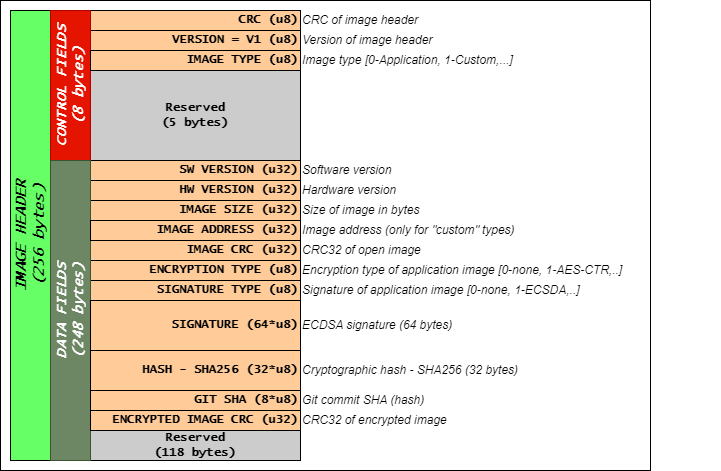
The draw.io diagram doc/pic/Application_Header_Structure__NEW_V1.png in GeneralEmbeddedCLibraries/revision, before a commit. Source tidied: cells renumbered, new cells last; positions are measured from the earlier drawing's top-left corner, leaving out a move shared by most shapes.
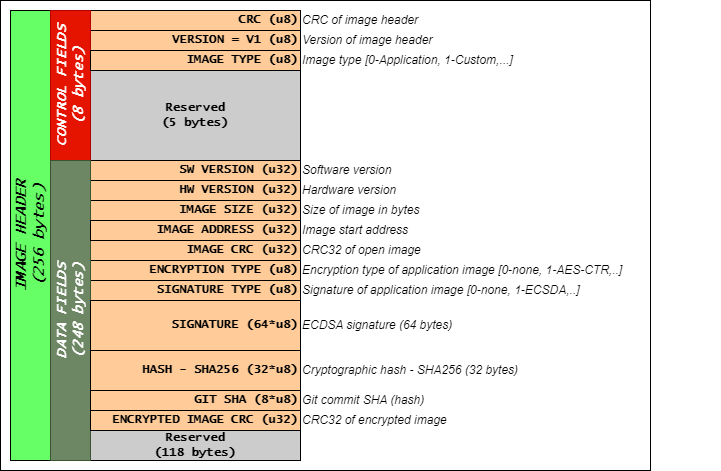
The same diagram one commit later.

Commit message:
- updated definition of header image

Change to the diagram source:
```diff
@@ -95,7 +95,7 @@
     <mxCell id="32" value="IMAGE ADDRESS (u32)" style="rounded=0;whiteSpace=wrap;html=1;strokeWidth=1;fontFamily=Lucida Console;fillColor=#FFCC99;fontStyle=1;align=right;" parent="1" vertex="1">
       <mxGeometry x="90" y="220" width="210" height="20" as="geometry" />
     </mxCell>
-    <mxCell id="33" value="Image address (only for &quot;custom&quot; types)" style="text;html=1;strokeColor=none;fillColor=none;align=left;verticalAlign=middle;whiteSpace=wrap;rounded=0;fontStyle=2;" parent="1" vertex="1">
+    <mxCell id="33" value="Image start address&amp;nbsp;" style="text;html=1;strokeColor=none;fillColor=none;align=left;verticalAlign=middle;whiteSpace=wrap;rounded=0;fontStyle=2;" parent="1" vertex="1">
       <mxGeometry x="300" y="220" width="270" height="20" as="geometry" />
     </mxCell>
     <mxCell id="34" value="ENCRYPTED IMAGE CRC (u32)" style="rounded=0;whiteSpace=wrap;html=1;strokeWidth=1;fontFamily=Lucida Console;fillColor=#FFCC99;fontStyle=1;align=right;" parent="1" vertex="1">
```
